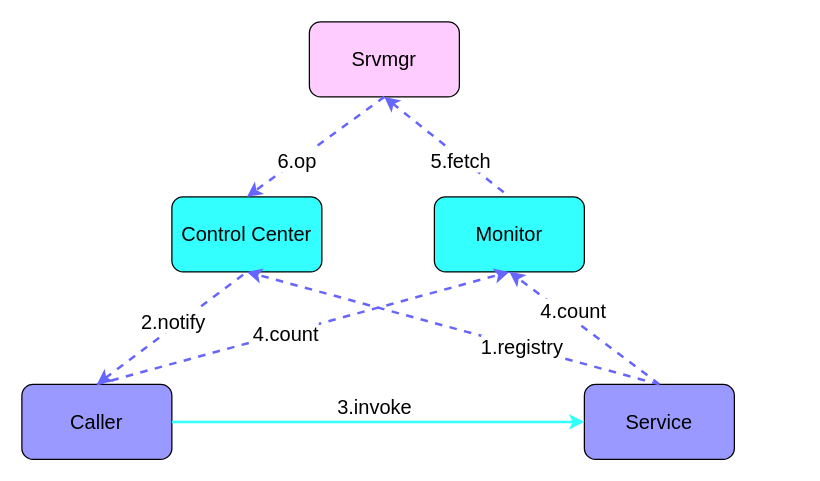
The draw.io diagram zz/zzscf/zzscf.drawio in waterystone/draw_io, before the edit. Source tidied: cells renumbered, new cells numbered last; positions are measured from the earlier drawing's top-left corner, leaving out a move shared by most shapes. Both pictures are drawn from the tidied source at 125%, with x=0, y=0 at pixel (21, 21).
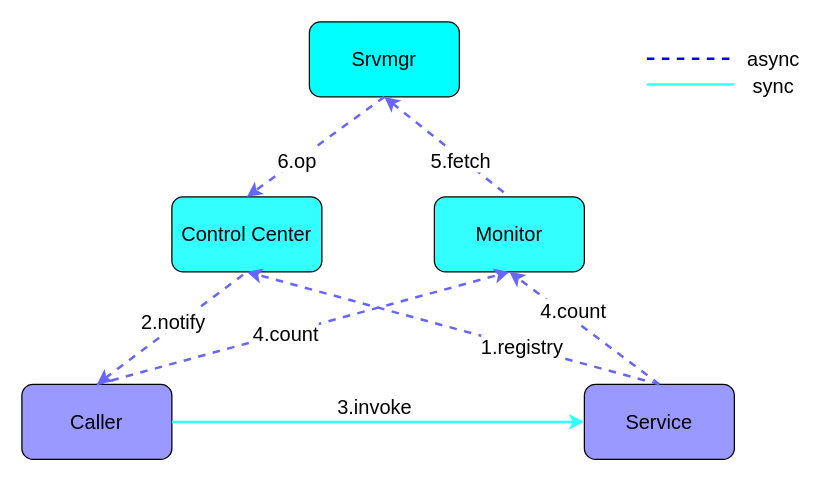
Above is the later version.

What changed in the source:
```diff
@@
-    <mxCell id="6" value="Srvmgr" style="rounded=1;whiteSpace=wrap;html=1;fillColor=#FFCCFF;fontSize=16;" parent="1" vertex="1">
+    <mxCell id="6" value="Srvmgr" style="rounded=1;whiteSpace=wrap;html=1;fillColor=#00FFFF;fontSize=16;" parent="1" vertex="1">
       <mxGeometry x="230" width="120" height="60" as="geometry" />
     </mxCell>
@@
+    <mxCell id="21" style="endArrow=none;html=1;fontSize=16;strokeWidth=2;strokeColor=#33FFFF;endFill=0;" parent="1" edge="1">
+      <mxGeometry relative="1" as="geometry">
+        <mxPoint x="500" y="50" as="sourcePoint" />
+        <mxPoint x="570" y="50" as="targetPoint" />
+      </mxGeometry>
+    </mxCell>
+    <mxCell id="22" value="sync" style="text;html=1;align=center;verticalAlign=middle;labelBackgroundColor=#ffffff;fontSize=16;" parent="21" vertex="1">
+      <mxGeometry x="0.07" y="-2" relative="1" as="geometry">
+        <mxPoint x="63" y="-2" as="offset" />
+      </mxGeometry>
+    </mxCell>
+    <mxCell id="23" style="endArrow=none;html=1;fontSize=16;strokeWidth=2;strokeColor=#0000FF;endFill=0;dashed=1;" parent="1" edge="1">
+      <mxGeometry relative="1" as="geometry">
+        <mxPoint x="500" y="29.5" as="sourcePoint" />
+        <mxPoint x="570" y="29.5" as="targetPoint" />
+      </mxGeometry>
+    </mxCell>
+    <mxCell id="24" value="async" style="text;html=1;align=center;verticalAlign=middle;labelBackgroundColor=#ffffff;fontSize=16;" parent="23" vertex="1">
+      <mxGeometry x="0.07" y="-2" relative="1" as="geometry">
+        <mxPoint x="63" y="-2" as="offset" />
+      </mxGeometry>
+    </mxCell>
```
